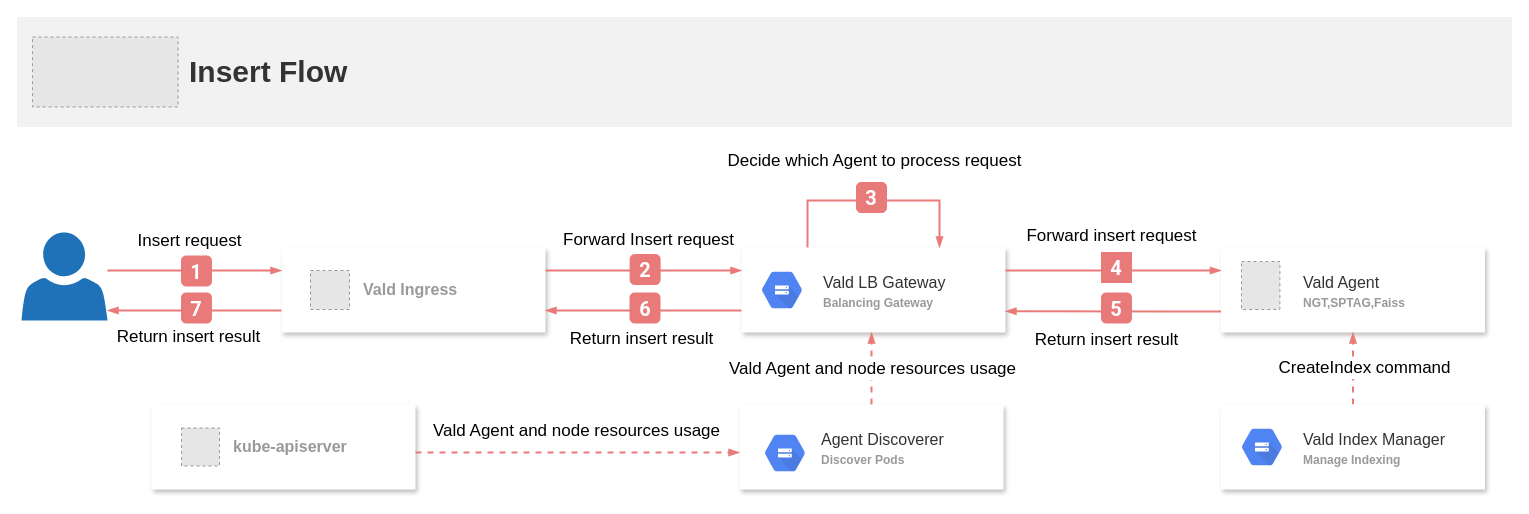
The draw.io diagram page "insert flow" (1 of 5) of assets/docs/overview/dataflow_v2.drawio in vdaas/vald, before the edit. Source tidied: cells renumbered, new cells numbered last; positions are measured from the earlier drawing's top-left corner, leaving out a move shared by most shapes. Both pictures are drawn from the tidied source at 100%, with x=0, y=0 at pixel (17, 17). Pictures stored in the file or linked from it are replaced by grey dashed boxes.
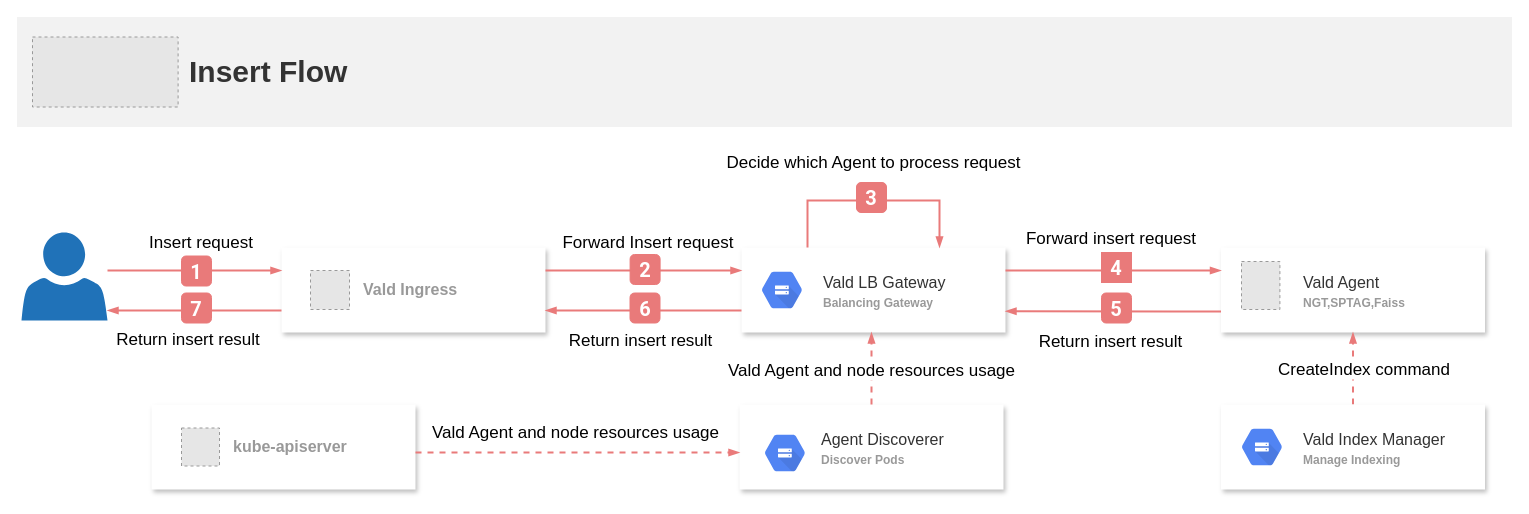
The same page after the edit.

The change refers to these unchanged cells:
```xml
<mxCell id="2" value="&lt;blockquote style=&quot;margin: 0 0 0 40px ; border: none ; padding: 0px&quot;&gt;&lt;blockquote style=&quot;margin: 0 0 0 40px ; border: none ; padding: 0px&quot;&gt;&lt;b&gt;&lt;font color=&quot;#999999&quot;&gt;&lt;br&gt;&lt;/font&gt;&lt;/b&gt;&lt;/blockquote&gt;&lt;blockquote style=&quot;margin: 0 0 0 40px ; border: none ; padding: 0px&quot;&gt;&lt;font color=&quot;#333333&quot;&gt;Vald LB Gateway&lt;/font&gt;&lt;br&gt;&lt;/blockquote&gt;&lt;blockquote style=&quot;margin: 0 0 0 40px ; border: none ; padding: 0px&quot;&gt;&lt;span style=&quot;color: rgb(153 , 153 , 153)&quot;&gt;&lt;b&gt;&lt;font style=&quot;font-size: 12px&quot;&gt;Balancing Gateway&lt;/font&gt;&lt;/b&gt;&lt;/span&gt;&lt;font color=&quot;#333333&quot;&gt;&lt;br&gt;&lt;/font&gt;&lt;/blockquote&gt;&lt;blockquote style=&quot;margin: 0 0 0 40px ; border: none ; padding: 0px&quot;&gt;&lt;font color=&quot;#333333&quot;&gt;&lt;br&gt;&lt;/font&gt;&lt;/blockquote&gt;&lt;/blockquote&gt;" style="rounded=0;whiteSpace=wrap;html=1;shadow=1;glass=0;comic=0;strokeWidth=1;fontSize=16;fontColor=#000000;align=left;labelBackgroundColor=none;strokeColor=none;fillColor=#ffffff;verticalAlign=top;" parent="1" vertex="1">
  <mxGeometry x="724" y="230" width="264" height="85" as="geometry" />
</mxCell>
<mxCell id="4" value="&lt;blockquote style=&quot;margin: 0 0 0 40px ; border: none ; padding: 0px&quot;&gt;&lt;blockquote style=&quot;margin: 0 0 0 40px ; border: none ; padding: 0px&quot;&gt;&lt;b&gt;&lt;font color=&quot;#999999&quot;&gt;&lt;br&gt;&lt;/font&gt;&lt;/b&gt;&lt;/blockquote&gt;&lt;blockquote style=&quot;margin: 0 0 0 40px ; border: none ; padding: 0px&quot;&gt;&lt;font color=&quot;#333333&quot;&gt;Agent Discoverer&lt;/font&gt;&lt;br&gt;&lt;/blockquote&gt;&lt;blockquote style=&quot;margin: 0 0 0 40px ; border: none ; padding: 0px&quot;&gt;&lt;span style=&quot;color: rgb(153 , 153 , 153)&quot;&gt;&lt;b&gt;&lt;font style=&quot;font-size: 12px&quot;&gt;Discover Pods&lt;/font&gt;&lt;/b&gt;&lt;/span&gt;&lt;font color=&quot;#333333&quot;&gt;&lt;br&gt;&lt;/font&gt;&lt;/blockquote&gt;&lt;blockquote style=&quot;margin: 0 0 0 40px ; border: none ; padding: 0px&quot;&gt;&lt;font color=&quot;#333333&quot;&gt;&lt;br&gt;&lt;/font&gt;&lt;/blockquote&gt;&lt;/blockquote&gt;" style="rounded=0;whiteSpace=wrap;html=1;shadow=1;glass=0;comic=0;strokeWidth=1;fontSize=16;fontColor=#000000;align=left;labelBackgroundColor=none;strokeColor=none;fillColor=#ffffff;verticalAlign=top;" parent="1" vertex="1">
  <mxGeometry x="722" y="387" width="264" height="85" as="geometry" />
</mxCell>
<mxCell id="6" value="&lt;blockquote style=&quot;margin: 0 0 0 40px ; border: none ; padding: 0px&quot;&gt;&lt;blockquote style=&quot;margin: 0 0 0 40px ; border: none ; padding: 0px&quot;&gt;&lt;b&gt;&lt;font color=&quot;#999999&quot;&gt;&lt;br&gt;&lt;/font&gt;&lt;/b&gt;&lt;/blockquote&gt;&lt;blockquote style=&quot;margin: 0 0 0 40px ; border: none ; padding: 0px&quot;&gt;&lt;font color=&quot;#333333&quot;&gt;Vald Agent&lt;/font&gt;&lt;/blockquote&gt;&lt;blockquote style=&quot;margin: 0 0 0 40px ; border: none ; padding: 0px&quot;&gt;&lt;b style=&quot;color: rgb(153 , 153 , 153)&quot;&gt;&lt;font style=&quot;font-size: 12px&quot;&gt;NGT,SPTAG,Faiss&lt;/font&gt;&lt;/b&gt;&lt;/blockquote&gt;&lt;/blockquote&gt;" style="rounded=0;whiteSpace=wrap;html=1;shadow=1;glass=0;comic=0;strokeWidth=1;fontSize=16;fontColor=#000000;align=left;labelBackgroundColor=none;strokeColor=none;fillColor=#ffffff;verticalAlign=top;" parent="1" vertex="1">
  <mxGeometry x="1203.5" y="230" width="264" height="85" as="geometry" />
</mxCell>
<mxCell id="8" value="&lt;blockquote style=&quot;margin: 0 0 0 40px ; border: none ; padding: 0px&quot;&gt;&lt;blockquote style=&quot;margin: 0 0 0 40px ; border: none ; padding: 0px&quot;&gt;&lt;b style=&quot;font-size: 22px&quot;&gt;&lt;font color=&quot;#999999&quot;&gt;&lt;br&gt;&lt;/font&gt;&lt;/b&gt;&lt;/blockquote&gt;&lt;blockquote style=&quot;margin: 0 0 0 40px ; border: none ; padding: 0px&quot;&gt;&lt;b&gt;&lt;font color=&quot;#999999&quot;&gt;kube-apiserver&lt;/font&gt;&lt;/b&gt;&lt;br&gt;&lt;/blockquote&gt;&lt;/blockquote&gt;" style="rounded=0;whiteSpace=wrap;html=1;shadow=1;glass=0;comic=0;strokeWidth=1;fontSize=16;fontColor=#000000;align=left;labelBackgroundColor=none;strokeColor=none;fillColor=#ffffff;verticalAlign=top;" parent="1" vertex="1">
  <mxGeometry x="134" y="387" width="264" height="85" as="geometry" />
</mxCell>
<mxCell id="10" style="shadow=0;dashed=0;html=1;strokeColor=none;labelPosition=center;verticalLabelPosition=bottom;verticalAlign=top;outlineConnect=0;align=center;shape=mxgraph.office.users.user;fillColor=#2072B8;rounded=0;glass=0;comic=0;labelBackgroundColor=none;fontSize=12;fontColor=#999999;" parent="1" vertex="1">
  <mxGeometry x="4" y="215" width="86" height="88" as="geometry" />
</mxCell>
<mxCell id="11" value="&lt;blockquote style=&quot;margin: 0 0 0 40px ; border: none ; padding: 0px&quot;&gt;&lt;blockquote style=&quot;margin: 0 0 0 40px ; border: none ; padding: 0px&quot;&gt;&lt;b style=&quot;font-size: 22px&quot;&gt;&lt;font color=&quot;#999999&quot;&gt;&lt;br&gt;&lt;/font&gt;&lt;/b&gt;&lt;/blockquote&gt;&lt;blockquote style=&quot;margin: 0 0 0 40px ; border: none ; padding: 0px&quot;&gt;&lt;b&gt;&lt;font color=&quot;#999999&quot;&gt;Vald Ingress&lt;/font&gt;&lt;/b&gt;&lt;/blockquote&gt;&lt;/blockquote&gt;" style="rounded=0;whiteSpace=wrap;html=1;shadow=1;glass=0;comic=0;strokeWidth=1;fontSize=16;fontColor=#000000;align=left;labelBackgroundColor=none;strokeColor=none;fillColor=#ffffff;verticalAlign=top;" parent="1" vertex="1">
  <mxGeometry x="264" y="230" width="264" height="85" as="geometry" />
</mxCell>
<mxCell id="38" value="&lt;blockquote style=&quot;margin: 0 0 0 40px ; border: none ; padding: 0px&quot;&gt;&lt;blockquote style=&quot;margin: 0 0 0 40px ; border: none ; padding: 0px&quot;&gt;&lt;b&gt;&lt;font color=&quot;#999999&quot;&gt;&lt;br&gt;&lt;/font&gt;&lt;/b&gt;&lt;/blockquote&gt;&lt;blockquote style=&quot;margin: 0 0 0 40px ; border: none ; padding: 0px&quot;&gt;&lt;font color=&quot;#333333&quot;&gt;Vald Index&amp;nbsp;&lt;/font&gt;&lt;span style=&quot;color: rgb(51 , 51 , 51)&quot;&gt;Manager&lt;/span&gt;&lt;/blockquote&gt;&lt;b style=&quot;color: rgb(153 , 153 , 153) ; font-size: 12px&quot;&gt;&amp;nbsp; &amp;nbsp; &amp;nbsp; &amp;nbsp; &amp;nbsp; &amp;nbsp; Manage&amp;nbsp;&lt;/b&gt;&lt;b style=&quot;font-size: 12px ; color: rgb(153 , 153 , 153)&quot;&gt;Indexing&lt;/b&gt;&lt;/blockquote&gt;" style="rounded=0;whiteSpace=wrap;html=1;shadow=1;glass=0;comic=0;strokeWidth=1;fontSize=16;fontColor=#000000;align=left;labelBackgroundColor=none;strokeColor=none;fillColor=#ffffff;verticalAlign=top;" parent="1" vertex="1">
  <mxGeometry x="1203.5" y="387" width="264" height="85" as="geometry" />
</mxCell>
```

What changed in the source:
```diff
@@
-    <mxCell id="16" value="&lt;font style=&quot;font-size: 17px&quot;&gt;Insert request&lt;/font&gt;" style="edgeStyle=orthogonalEdgeStyle;rounded=0;jettySize=auto;html=1;strokeColor=#E97A7A;strokeWidth=2;endArrow=blockThin;endFill=1;" parent="1" edge="1" source="10" target="11">
-      <mxGeometry x="-0.05" y="29" relative="1" as="geometry">
+    <mxCell id="16" value="Insert request" style="edgeStyle=orthogonalEdgeStyle;rounded=0;jettySize=auto;strokeColor=#E97A7A;strokeWidth=2;endArrow=blockThin;endFill=1;fontSize=17;" parent="1" edge="1" source="10" target="11">
+      <mxGeometry x="0.08" y="30" relative="1" as="geometry">
         <Array as="points">
           <mxPoint x="194" y="253" />
           <mxPoint x="194" y="253" />
         </Array>
-        <mxPoint x="-1" as="offset" />
       </mxGeometry>
     </mxCell>
@@
-    <mxCell id="18" value="&lt;font style=&quot;font-size: 17px&quot;&gt;Forward Insert request&lt;/font&gt;" style="edgeStyle=orthogonalEdgeStyle;rounded=0;jettySize=auto;html=1;strokeColor=#E97A7A;strokeWidth=2;endArrow=blockThin;endFill=1;" parent="1" edge="1" source="11" target="2">
+    <mxCell id="18" value="Forward Insert request" style="edgeStyle=orthogonalEdgeStyle;rounded=0;jettySize=auto;strokeColor=#E97A7A;strokeWidth=2;endArrow=blockThin;endFill=1;fontSize=17;" parent="1" edge="1" source="11" target="2">
       <mxGeometry x="0.04" y="30" relative="1" as="geometry">
         <Array as="points">
           <mxPoint x="634" y="253" />
           <mxPoint x="634" y="253" />
         </Array>
         <mxPoint x="1" as="offset" />
       </mxGeometry>
     </mxCell>
@@
-    <mxCell id="20" value="&lt;font style=&quot;font-size: 17px&quot;&gt;Forward insert request&lt;/font&gt;" style="edgeStyle=orthogonalEdgeStyle;rounded=0;jettySize=auto;html=1;strokeColor=#E97A7A;strokeWidth=2;endArrow=blockThin;endFill=1;" parent="1" edge="1" source="2" target="6">
+    <mxCell id="20" value="Forward insert request" style="edgeStyle=orthogonalEdgeStyle;rounded=0;jettySize=auto;strokeColor=#E97A7A;strokeWidth=2;endArrow=blockThin;endFill=1;fontSize=17;" parent="1" edge="1" source="2" target="6">
       <mxGeometry x="-0.02" y="34" relative="1" as="geometry">
         <Array as="points">
           <mxPoint x="1044" y="253" />
           <mxPoint x="1044" y="253" />
         </Array>
       </mxGeometry>
     </mxCell>
-    <mxCell id="21" value="&lt;font style=&quot;font-size: 17px&quot;&gt;Return insert result&lt;/font&gt;" style="edgeStyle=orthogonalEdgeStyle;rounded=0;jettySize=auto;html=1;strokeColor=#E97A7A;strokeWidth=2;endArrow=blockThin;endFill=1;entryX=1;entryY=0.75;entryDx=0;entryDy=0;" parent="1" edge="1" source="6" target="2">
-      <mxGeometry x="0.06" y="29" relative="1" as="geometry">
+    <mxCell id="21" value="Return insert result" style="edgeStyle=orthogonalEdgeStyle;rounded=0;jettySize=auto;strokeColor=#E97A7A;strokeWidth=2;endArrow=blockThin;endFill=1;entryX=1;entryY=0.75;entryDx=0;entryDy=0;fontSize=17;" parent="1" edge="1" source="6" target="2">
+      <mxGeometry x="0.02" y="29" relative="1" as="geometry">
         <Array as="points">
           <mxPoint x="1154" y="294" />
           <mxPoint x="1154" y="294" />
         </Array>
       </mxGeometry>
     </mxCell>
-    <mxCell id="22" style="edgeStyle=orthogonalEdgeStyle;rounded=0;jettySize=auto;html=1;strokeColor=#E97A7A;strokeWidth=2;endArrow=blockThin;endFill=1;" parent="1" edge="1" source="2" target="11">
+    <mxCell id="22" style="edgeStyle=orthogonalEdgeStyle;rounded=0;jettySize=auto;strokeColor=#E97A7A;strokeWidth=2;endArrow=blockThin;endFill=1;" parent="1" edge="1" source="2" target="11">
       <mxGeometry relative="1" as="geometry">
         <Array as="points">
           <mxPoint x="634" y="293" />
           <mxPoint x="634" y="293" />
         </Array>
       </mxGeometry>
     </mxCell>
-    <mxCell id="23" value="&lt;font style=&quot;font-size: 17px&quot;&gt;Return insert result&lt;/font&gt;" style="edgeLabel;html=1;align=center;verticalAlign=middle;" parent="22" vertex="1">
+    <mxCell id="23" value="Return insert result" style="edgeLabel;align=center;verticalAlign=middle;fontSize=17;" parent="22" vertex="1">
       <mxGeometry x="-0.3" y="1" relative="1" as="geometry">
         <mxPoint x="-32" y="27" as="offset" />
       </mxGeometry>
     </mxCell>
-    <mxCell id="24" style="edgeStyle=orthogonalEdgeStyle;rounded=0;orthogonalLoop=1;jettySize=auto;html=1;entryX=0.75;entryY=0;entryDx=0;entryDy=0;strokeColor=#E97A7A;strokeWidth=2;endArrow=blockThin;endFill=1;exitX=0.25;exitY=0;exitDx=0;exitDy=0;" parent="1" edge="1" source="2" target="2">
+    <mxCell id="24" style="edgeStyle=orthogonalEdgeStyle;rounded=0;orthogonalLoop=1;jettySize=auto;entryX=0.75;entryY=0;entryDx=0;entryDy=0;strokeColor=#E97A7A;strokeWidth=2;endArrow=blockThin;endFill=1;exitX=0.25;exitY=0;exitDx=0;exitDy=0;" parent="1" edge="1" source="2" target="2">
       <mxGeometry relative="1" as="geometry">
         <Array as="points">
           <mxPoint x="790" y="183" />
           <mxPoint x="922" y="183" />
         </Array>
       </mxGeometry>
     </mxCell>
-    <mxCell id="25" value="&lt;font style=&quot;font-size: 17px&quot; color=&quot;#000000&quot;&gt;Decide which Agent to process request&lt;/font&gt;" style="edgeLabel;html=1;align=center;verticalAlign=middle;fontColor=#E97A7A;fontSize=14;" parent="24" vertex="1">
+    <mxCell id="25" value="Decide which Agent to process request" style="edgeLabel;align=center;verticalAlign=middle;fontSize=17;" parent="24" vertex="1">
       <mxGeometry x="0.14" relative="1" as="geometry">
         <mxPoint x="-16" y="-40" as="offset" />
       </mxGeometry>
     </mxCell>
@@
-    <mxCell id="30" style="edgeStyle=orthogonalEdgeStyle;rounded=0;jettySize=auto;html=1;strokeColor=#E97A7A;strokeWidth=2;endArrow=blockThin;endFill=1;dashed=1;" parent="1" edge="1" source="4" target="2">
+    <mxCell id="30" style="edgeStyle=orthogonalEdgeStyle;rounded=0;jettySize=auto;strokeColor=#E97A7A;strokeWidth=2;endArrow=blockThin;endFill=1;dashed=1;" parent="1" edge="1" source="4" target="2">
       <mxGeometry relative="1" as="geometry">
         <Array as="points">
           <mxPoint x="856" y="445" />
         </Array>
       </mxGeometry>
     </mxCell>
-    <mxCell id="31" value="&lt;font color=&quot;#000000&quot; style=&quot;font-size: 17px&quot;&gt;Vald Agent and node resources usage&lt;/font&gt;" style="edgeLabel;html=1;align=center;verticalAlign=middle;fontColor=#E97A7A;fontSize=14;" parent="30" vertex="1">
+    <mxCell id="31" value="Vald Agent and node resources usage" style="edgeLabel;align=center;verticalAlign=middle;fontSize=17;" parent="30" vertex="1">
       <mxGeometry x="0.14" relative="1" as="geometry">
         <mxPoint y="5" as="offset" />
       </mxGeometry>
     </mxCell>
-    <mxCell id="32" style="edgeStyle=orthogonalEdgeStyle;rounded=0;jettySize=auto;html=1;strokeColor=#E97A7A;strokeWidth=2;endArrow=blockThin;endFill=1;dashed=1;" parent="1" edge="1" source="8" target="4">
+    <mxCell id="32" style="edgeStyle=orthogonalEdgeStyle;rounded=0;jettySize=auto;strokeColor=#E97A7A;strokeWidth=2;endArrow=blockThin;endFill=1;dashed=1;fontSize=14;" parent="1" edge="1" source="8" target="4">
       <mxGeometry relative="1" as="geometry">
         <Array as="points">
           <mxPoint x="494" y="435" />
           <mxPoint x="494" y="435" />
         </Array>
       </mxGeometry>
     </mxCell>
-    <mxCell id="33" value="&lt;font style=&quot;font-size: 17px&quot; color=&quot;#000000&quot;&gt;Vald Agent and node resources usage&lt;/font&gt;" style="edgeLabel;html=1;align=center;verticalAlign=middle;fontColor=#E97A7A;fontSize=14;" parent="32" vertex="1">
+    <mxCell id="33" value="Vald Agent and node resources usage" style="edgeLabel;align=center;verticalAlign=middle;fontSize=17;" parent="32" vertex="1">
       <mxGeometry x="0.14" relative="1" as="geometry">
         <mxPoint x="-25" y="-22" as="offset" />
       </mxGeometry>
     </mxCell>
-    <mxCell id="34" style="edgeStyle=orthogonalEdgeStyle;rounded=0;jettySize=auto;html=1;strokeColor=#E97A7A;strokeWidth=2;endArrow=blockThin;endFill=1;dashed=1;" parent="1" edge="1" source="38" target="6">
+    <mxCell id="34" style="edgeStyle=orthogonalEdgeStyle;rounded=0;jettySize=auto;strokeColor=#E97A7A;strokeWidth=2;endArrow=blockThin;endFill=1;dashed=1;" parent="1" edge="1" source="38" target="6">
       <mxGeometry relative="1" as="geometry" />
     </mxCell>
-    <mxCell id="35" value="&lt;font style=&quot;font-size: 17px&quot; color=&quot;#000000&quot;&gt;CreateIndex command&lt;/font&gt;" style="edgeLabel;html=1;align=center;verticalAlign=middle;fontColor=#E97A7A;fontSize=14;" parent="34" vertex="1">
+    <mxCell id="35" value="CreateIndex command" style="edgeLabel;align=center;verticalAlign=middle;fontSize=17;" parent="34" vertex="1">
       <mxGeometry x="0.14" relative="1" as="geometry">
         <mxPoint x="11" y="4" as="offset" />
       </mxGeometry>
     </mxCell>
-    <mxCell id="36" value="&lt;span style=&quot;font-size: 17px&quot;&gt;Return insert result&lt;/span&gt;" style="edgeStyle=orthogonalEdgeStyle;rounded=0;jettySize=auto;html=1;strokeColor=#E97A7A;strokeWidth=2;endArrow=blockThin;endFill=1;" parent="1" edge="1" source="11" target="10">
+    <mxCell id="36" value="Return insert result" style="edgeStyle=orthogonalEdgeStyle;rounded=0;jettySize=auto;strokeColor=#E97A7A;strokeWidth=2;endArrow=blockThin;endFill=1;fontSize=17;" parent="1" edge="1" source="11" target="10">
       <mxGeometry x="0.07" y="27" relative="1" as="geometry">
         <Array as="points">
           <mxPoint x="174" y="293" />
           <mxPoint x="174" y="293" />
         </Array>
       </mxGeometry>
     </mxCell>
```
